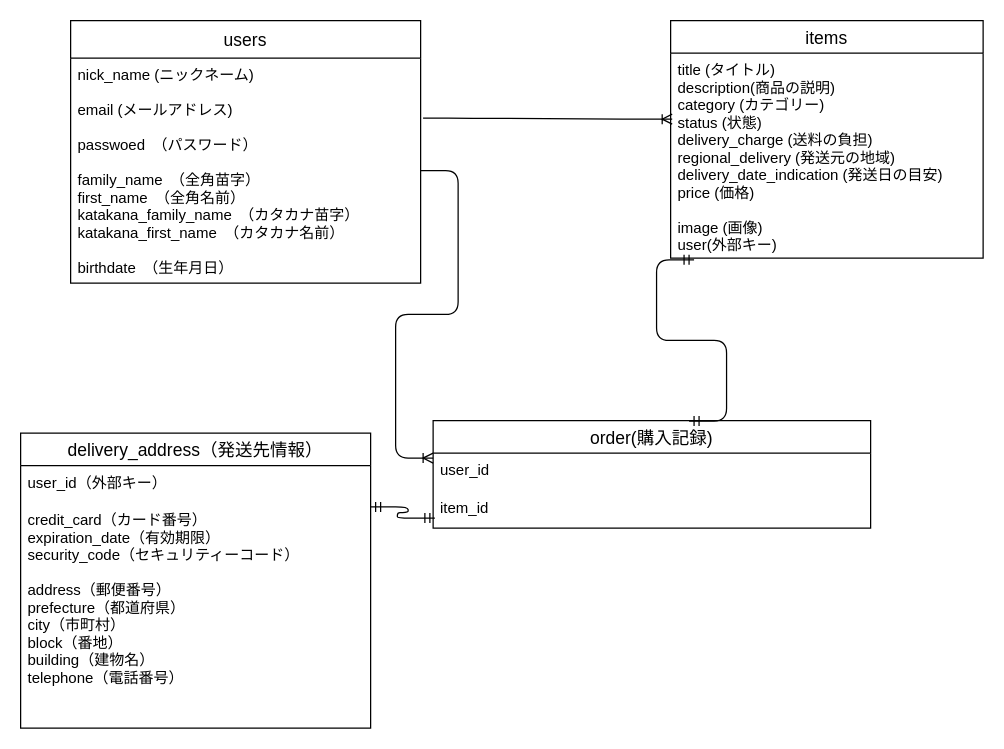
Before: db/detabase.dio in Drbeer-miyako/furima-35247, a draw.io diagram. Source tidied: cells renumbered, new cells numbered last; positions are measured from the earlier drawing's top-left corner, leaving out a move shared by most shapes. Both pictures are drawn from the tidied source at 125%, with x=0, y=0 at pixel (20, 20).
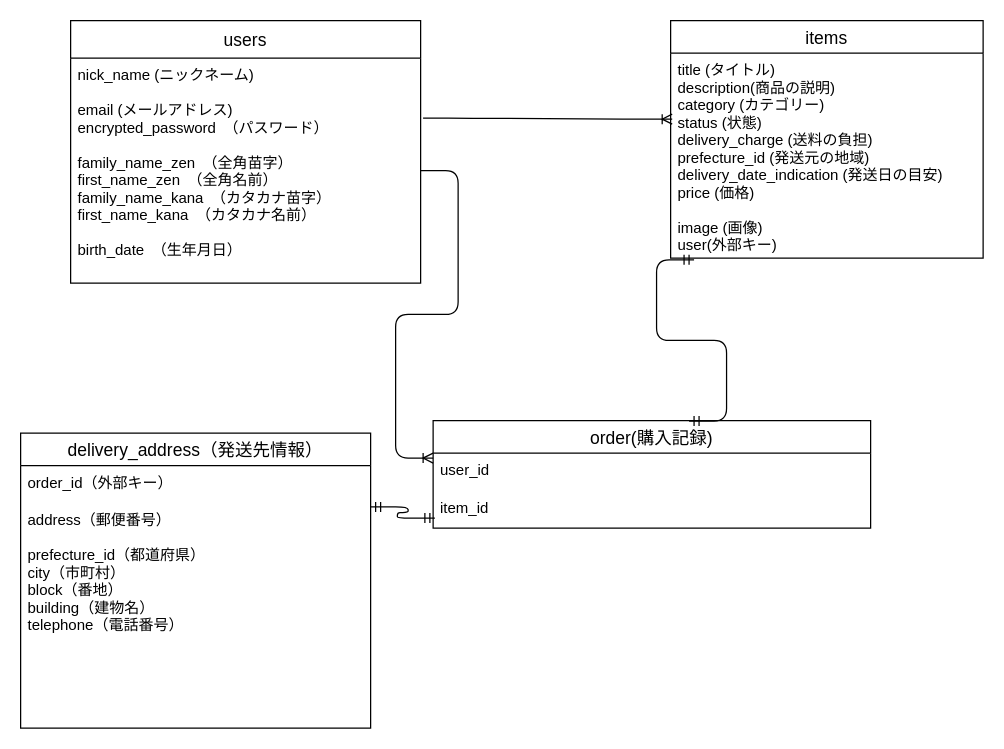
The same diagram, later.

What changed in the source:
```diff
@@
 <mxGraphModel>
   <root>
     <mxCell id="0" />
     <mxCell id="1" parent="0" />
     <mxCell id="2" value="users" style="swimlane;fontStyle=0;horizontal=1;startSize=30;align=center;fontSize=14;" parent="1" vertex="1">
       <mxGeometry x="40" width="280" height="210" as="geometry" />
     </mxCell>
-    <mxCell id="3" value="nick_name (ニックネーム)&#10;&#10;email (メールアドレス)&#10;&#10;passwoed　（パスワード）&#10;&#10;family_name　（全角苗字）&#10;first_name　（全角名前）&#10;katakana_family_name　（カタカナ苗字）&#10;katakana_first_name　（カタカナ名前）&#10;&#10;birthdate　（生年月日）&#10;&#10;" style="text;strokeColor=none;fillColor=none;spacingLeft=4;spacingRight=4;overflow=hidden;points=[[0,0.5],[1,0.5]];portConstraint=eastwest;fontSize=12;" parent="2" vertex="1">
+    <mxCell id="3" value="nick_name (ニックネーム)&#10;&#10;email (メールアドレス)&#10;encrypted_password　（パスワード）&#10;&#10;family_name_zen　（全角苗字）&#10;first_name_zen　（全角名前）&#10;family_name_kana　（カタカナ苗字）&#10;first_name_kana　（カタカナ名前）&#10;&#10;birth_date　（生年月日）&#10;&#10;" style="text;strokeColor=none;fillColor=none;spacingLeft=4;spacingRight=4;overflow=hidden;points=[[0,0.5],[1,0.5]];portConstraint=eastwest;fontSize=12;" parent="2" vertex="1">
       <mxGeometry y="30" width="280" height="180" as="geometry" />
     </mxCell>
     <mxCell id="4" value="items" style="swimlane;fontStyle=0;horizontal=1;startSize=26;align=center;fontSize=14;" parent="1" vertex="1">
       <mxGeometry x="520" width="250" height="190" as="geometry" />
     </mxCell>
-    <mxCell id="5" value="title (タイトル)&#10;description(商品の説明)&#10;category (カテゴリー)&#10;status (状態)&#10;delivery_charge (送料の負担)&#10;regional_delivery (発送元の地域)&#10;delivery_date_indication (発送日の目安)&#10;price (価格)&#10;&#10;image (画像)&#10;user(外部キー)" style="text;strokeColor=none;fillColor=none;spacingLeft=4;spacingRight=4;overflow=hidden;points=[[0,0.5],[1,0.5]];portConstraint=eastwest;fontSize=12;strokeWidth=1;" parent="4" vertex="1">
+    <mxCell id="5" value="title (タイトル)&#10;description(商品の説明)&#10;category (カテゴリー)&#10;status (状態)&#10;delivery_charge (送料の負担)&#10;prefecture_id (発送元の地域)&#10;delivery_date_indication (発送日の目安)&#10;price (価格)&#10;&#10;image (画像)&#10;user(外部キー)" style="text;strokeColor=none;fillColor=none;spacingLeft=4;spacingRight=4;overflow=hidden;points=[[0,0.5],[1,0.5]];portConstraint=eastwest;fontSize=12;strokeWidth=1;" parent="4" vertex="1">
       <mxGeometry y="26" width="250" height="164" as="geometry" />
     </mxCell>
     <mxCell id="6" value="order(購入記録)" style="swimlane;fontStyle=0;horizontal=1;startSize=26;align=center;fontSize=14;strokeWidth=1;" parent="1" vertex="1">
       <mxGeometry x="330" y="320" width="350" height="86" as="geometry" />
     </mxCell>
     <mxCell id="7" value="user_id" style="text;strokeColor=none;fillColor=none;spacingLeft=4;spacingRight=4;overflow=hidden;points=[[0,0.5],[1,0.5]];portConstraint=eastwest;fontSize=12;" parent="6" vertex="1">
       <mxGeometry y="26" width="350" height="30" as="geometry" />
     </mxCell>
     <mxCell id="8" value="item_id" style="text;strokeColor=none;fillColor=none;spacingLeft=4;spacingRight=4;overflow=hidden;points=[[0,0.5],[1,0.5]];portConstraint=eastwest;fontSize=12;" parent="6" vertex="1">
       <mxGeometry y="56" width="350" height="30" as="geometry" />
     </mxCell>
     <mxCell id="9" value="delivery_address（発送先情報）" style="swimlane;fontStyle=0;horizontal=1;startSize=26;align=center;fontSize=14;" parent="1" vertex="1">
       <mxGeometry y="330" width="280" height="236" as="geometry" />
     </mxCell>
-    <mxCell id="10" value="user_id（外部キー）&#10;" style="text;strokeColor=none;fillColor=none;spacingLeft=4;spacingRight=4;overflow=hidden;fontSize=12;" parent="9" vertex="1">
+    <mxCell id="10" value="order_id（外部キー）&#10;" style="text;strokeColor=none;fillColor=none;spacingLeft=4;spacingRight=4;overflow=hidden;fontSize=12;" parent="9" vertex="1">
       <mxGeometry y="26" width="280" height="30" as="geometry" />
     </mxCell>
-    <mxCell id="11" value="credit_card（カード番号）&#10;expiration_date（有効期限）&#10;security_code（セキュリティーコード）&#10;&#10;address（郵便番号）&#10;prefecture（都道府県）&#10;city（市町村）&#10;block（番地）&#10;building（建物名）&#10;telephone（電話番号）" style="text;strokeColor=none;fillColor=none;spacingLeft=4;spacingRight=4;overflow=hidden;fontSize=12;" parent="9" vertex="1">
+    <mxCell id="11" value="address（郵便番号）&#10;&#10;prefecture_id（都道府県）&#10;city（市町村）&#10;block（番地）&#10;building（建物名）&#10;telephone（電話番号）" style="text;strokeColor=none;fillColor=none;spacingLeft=4;spacingRight=4;overflow=hidden;fontSize=12;" parent="9" vertex="1">
       <mxGeometry y="56" width="280" height="180" as="geometry" />
     </mxCell>
     <mxCell id="12" style="edgeStyle=entityRelationEdgeStyle;fontSize=12;html=1;endArrow=ERoneToMany;exitX=1.007;exitY=0.267;exitDx=0;exitDy=0;exitPerimeter=0;entryX=0.005;entryY=0.322;entryDx=0;entryDy=0;entryPerimeter=0;" parent="1" edge="1" source="3" target="5">
       <mxGeometry relative="1" as="geometry" />
     </mxCell>
     <mxCell id="13" style="edgeStyle=entityRelationEdgeStyle;fontSize=12;html=1;endArrow=ERmandOne;startArrow=ERmandOne;exitX=0.075;exitY=1.008;exitDx=0;exitDy=0;exitPerimeter=0;entryX=0.585;entryY=0.004;entryDx=0;entryDy=0;entryPerimeter=0;" parent="1" edge="1" source="5" target="6">
       <mxGeometry relative="1" as="geometry" />
     </mxCell>
     <mxCell id="14" style="edgeStyle=entityRelationEdgeStyle;fontSize=12;html=1;endArrow=ERoneToMany;exitX=1;exitY=0.5;exitDx=0;exitDy=0;entryX=0;entryY=0.133;entryDx=0;entryDy=0;entryPerimeter=0;" parent="1" edge="1" source="3" target="7">
       <mxGeometry relative="1" as="geometry" />
     </mxCell>
     <mxCell id="15" style="edgeStyle=entityRelationEdgeStyle;fontSize=12;html=1;endArrow=ERmandOne;startArrow=ERmandOne;exitX=1;exitY=0.25;exitDx=0;exitDy=0;entryX=0.004;entryY=0.733;entryDx=0;entryDy=0;entryPerimeter=0;" parent="1" edge="1" source="9" target="8">
       <mxGeometry relative="1" as="geometry" />
     </mxCell>
   </root>
 </mxGraphModel>
```
